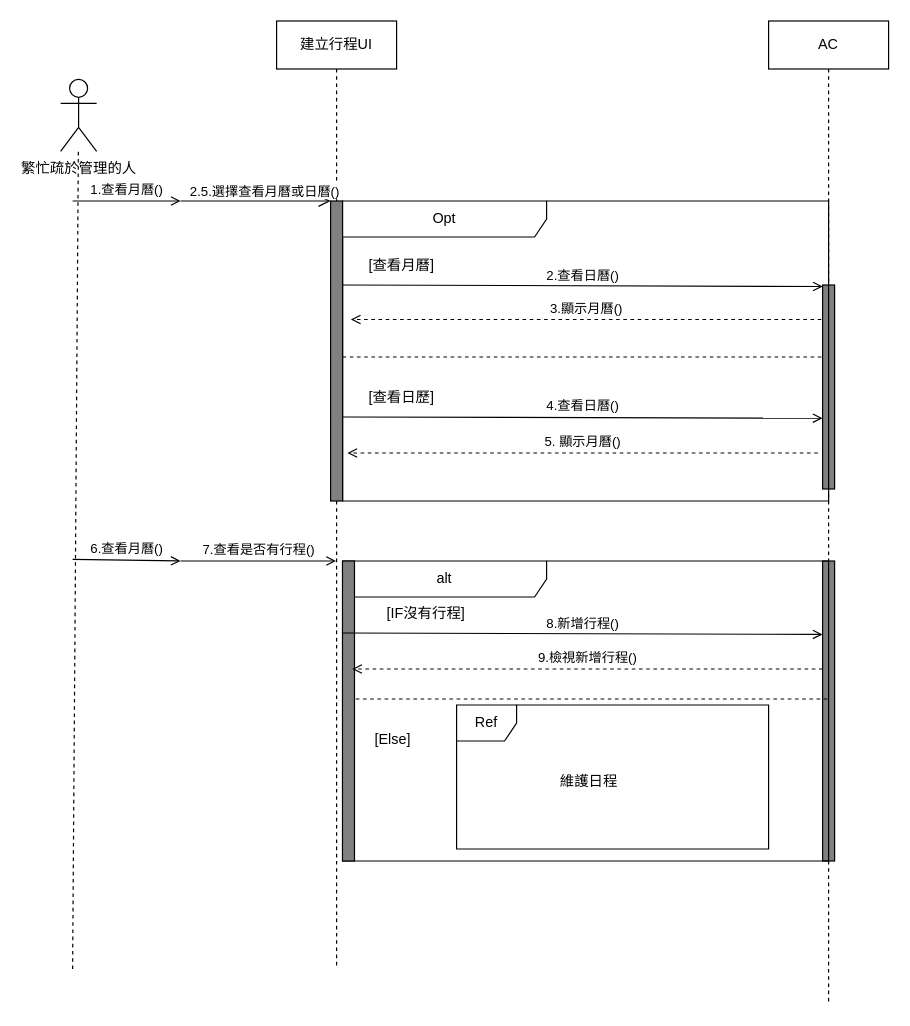
Earlier version of the draw.io diagram 建立循序圖.drawio (Kevincheng0804/Graduation-Topic). Source tidied: cells renumbered, new cells numbered last; positions are measured from the earlier drawing's top-left corner, leaving out a move shared by most shapes. Both pictures are drawn from the tidied source at 120%, with x=0, y=0 at pixel (60, 20).
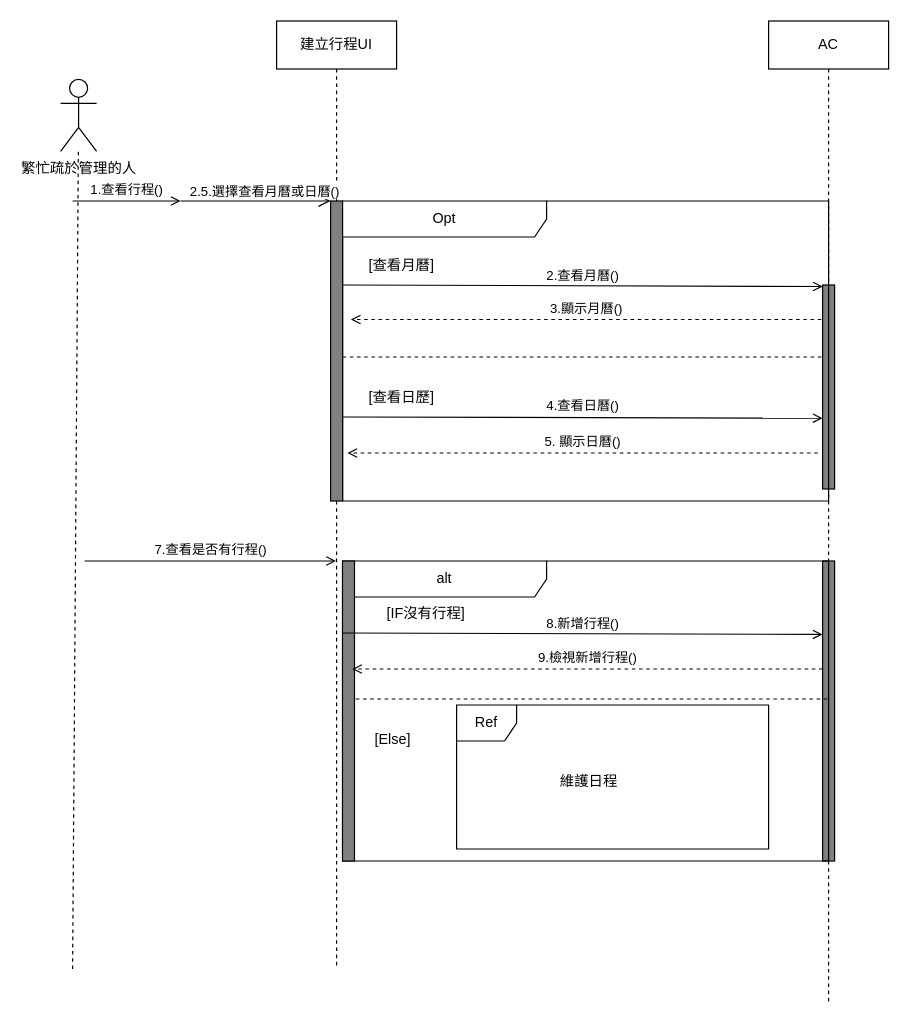
The same diagram, later.

Commit message (it also covers changes not shown here):
更新建立循序圖.drawio

Unchanged cells that the change refers to:
```xml
<mxCell id="6" value="建立行程UI" style="shape=umlLifeline;perimeter=lifelinePerimeter;whiteSpace=wrap;html=1;outlineConnect=0;portConstraint=eastwest;newEdgeStyle={&quot;edgeStyle&quot;:&quot;elbowEdgeStyle&quot;,&quot;elbow&quot;:&quot;vertical&quot;,&quot;curved&quot;:0,&quot;rounded&quot;:0};" parent="1" vertex="1">
  <mxGeometry x="180" width="100" height="790" as="geometry" />
</mxCell>
<mxCell id="10" value="Opt" style="shape=umlFrame;whiteSpace=wrap;html=1;width=170;" parent="1" vertex="1">
  <mxGeometry x="235" y="150" width="405" height="250" as="geometry" />
</mxCell>
```

The edit, as a diff of the source:
```diff
@@
-    <mxCell id="8" value="1.查看月曆()" style="html=1;verticalAlign=bottom;labelBackgroundColor=none;endArrow=open;endFill=0;rounded=0;" parent="1" edge="1">
+    <mxCell id="8" value="1.查看行程()" style="html=1;verticalAlign=bottom;labelBackgroundColor=none;endArrow=open;endFill=0;rounded=0;" parent="1" edge="1">
       <mxGeometry relative="1" as="geometry">
         <mxPoint x="10" y="150" as="sourcePoint" />
         <mxPoint x="100" y="150" as="targetPoint" />
       </mxGeometry>
     </mxCell>
@@
-    <mxCell id="13" value="2.查看日曆()" style="html=1;verticalAlign=bottom;labelBackgroundColor=none;endArrow=open;endFill=0;rounded=0;entryX=0.988;entryY=0.285;entryDx=0;entryDy=0;entryPerimeter=0;" parent="10" edge="1" target="10">
+    <mxCell id="13" value="2.查看月曆()" style="html=1;verticalAlign=bottom;labelBackgroundColor=none;endArrow=open;endFill=0;rounded=0;entryX=0.988;entryY=0.285;entryDx=0;entryDy=0;entryPerimeter=0;" parent="10" edge="1" target="10">
       <mxGeometry relative="1" as="geometry">
         <mxPoint y="70" as="sourcePoint" />
       </mxGeometry>
     </mxCell>
@@
-    <mxCell id="15" value="5. 顯示月曆()" style="html=1;verticalAlign=bottom;labelBackgroundColor=none;endArrow=open;endFill=0;dashed=1;rounded=0;entryX=0.017;entryY=0.395;entryDx=0;entryDy=0;entryPerimeter=0;exitX=0.985;exitY=0.395;exitDx=0;exitDy=0;exitPerimeter=0;" parent="10" edge="1">
+    <mxCell id="15" value="5. 顯示日&lt;span style=&quot;background-color: initial;&quot;&gt;曆()&lt;/span&gt;" style="html=1;verticalAlign=bottom;labelBackgroundColor=none;endArrow=open;endFill=0;dashed=1;rounded=0;entryX=0.017;entryY=0.395;entryDx=0;entryDy=0;entryPerimeter=0;exitX=0.985;exitY=0.395;exitDx=0;exitDy=0;exitPerimeter=0;" parent="10" edge="1">
       <mxGeometry relative="1" as="geometry">
         <mxPoint x="396" y="210" as="sourcePoint" />
         <mxPoint x="4" y="210" as="targetPoint" />
       </mxGeometry>
     </mxCell>
@@
-    <mxCell id="17" value="6.查看月曆()" style="html=1;verticalAlign=bottom;labelBackgroundColor=none;endArrow=open;endFill=0;rounded=0;" parent="1" edge="1">
-      <mxGeometry relative="1" as="geometry">
-        <mxPoint x="10" y="448.6" as="sourcePoint" />
-        <mxPoint x="100" y="450" as="targetPoint" />
-      </mxGeometry>
-    </mxCell>
     <mxCell id="18" value="7.查看是否有行程()" style="html=1;verticalAlign=bottom;labelBackgroundColor=none;endArrow=open;endFill=0;rounded=0;" parent="1" edge="1" target="6">
       <mxGeometry relative="1" as="geometry">
-        <mxPoint x="100" y="450" as="sourcePoint" />
+        <mxPoint x="20" y="450" as="sourcePoint" />
       </mxGeometry>
     </mxCell>
```
